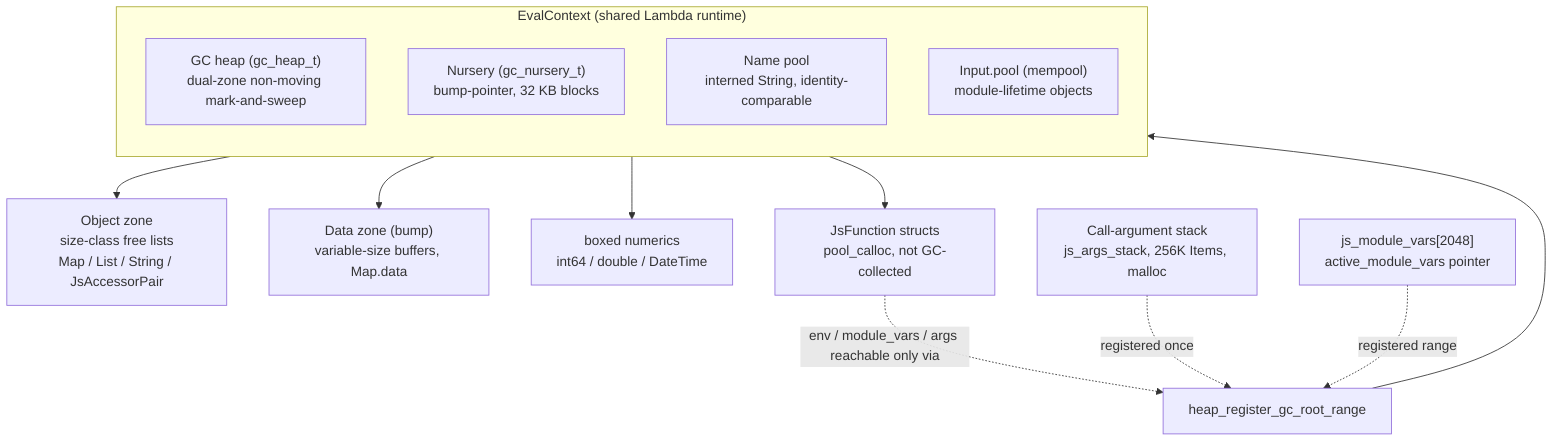
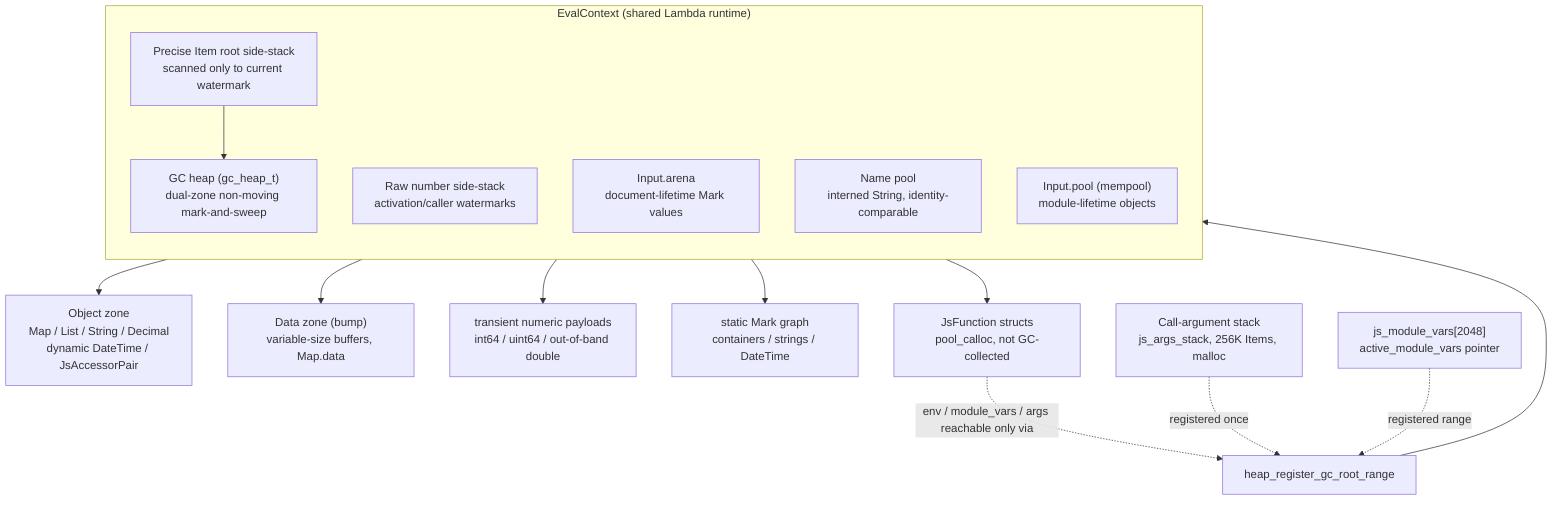
flowchart TB
  subgraph EvalCtx["EvalContext (shared Lambda runtime)"]
    direction TB
    GC["GC heap (gc_heap_t)<br/>dual-zone non-moving mark-and-sweep"]
-     NUR["Nursery (gc_nursery_t)<br/>bump-pointer, 32 KB blocks"]
+     ROOTSTACK["Precise Item root side-stack<br/>scanned only to current watermark"]
+     NUMSTACK["Raw number side-stack<br/>activation/caller watermarks"]
+     ARENA["Input.arena<br/>document-lifetime Mark values"]
    NP["Name pool<br/>interned String, identity-comparable"]
    POOL["Input.pool (mempool)<br/>module-lifetime objects"]
  end
-   OBJZONE["Object zone<br/>size-class free lists<br/>Map / List / String / JsAccessorPair"]
+   OBJZONE["Object zone<br/>Map / List / String / Decimal<br/>dynamic DateTime / JsAccessorPair"]
  DATAZONE["Data zone (bump)<br/>variable-size buffers, Map.data"]
-   NUMS["boxed numerics<br/>int64 / double / DateTime"]
+   NUMS["transient numeric payloads<br/>int64 / uint64 / out-of-band double"]
+   MARK["static Mark graph<br/>containers / strings / DateTime"]
  JSFN["JsFunction structs<br/>pool_calloc, not GC-collected"]
  ARGS["Call-argument stack<br/>js_args_stack, 256K Items, malloc"]
  MODV["js_module_vars[2048]<br/>active_module_vars pointer"]

  GC --> OBJZONE
  GC --> DATAZONE
-   NUR --> NUMS
+   ROOTSTACK --> GC
+   NUMSTACK --> NUMS
+   ARENA --> MARK
  POOL --> JSFN
  JSFN -. "env / module_vars / args reachable only via" .-> ROOTS["heap_register_gc_root_range"]
  ARGS -. "registered once" .-> ROOTS
  MODV -. "registered range" .-> ROOTS
  ROOTS --> GC
